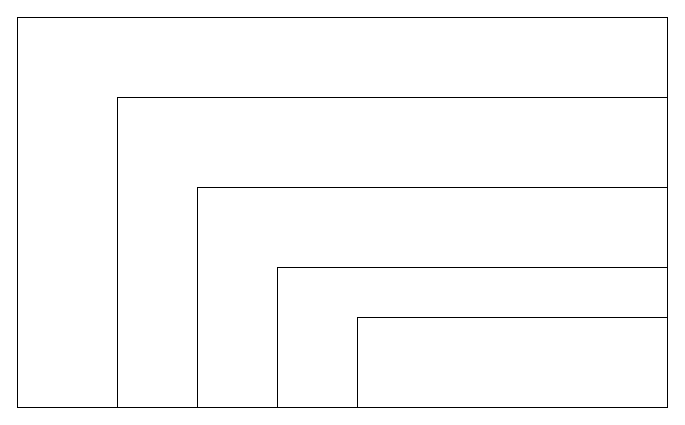
The draw.io diagram 简易版网络数据包格式.drawio in ChengziMao/diagrams, before the edit. Source tidied: cells renumbered, new cells numbered last; positions are measured from the earlier drawing's top-left corner, leaving out a move shared by most shapes. Both pictures are drawn from the tidied source at 100%, with x=0, y=0 at pixel (17, 17).
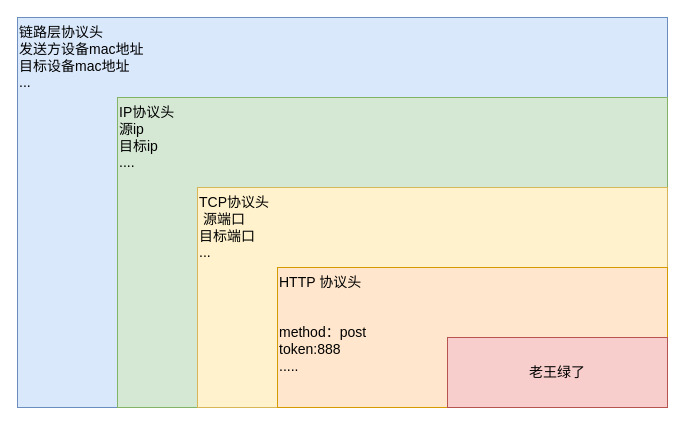
Above is the later version.

Commit message (it also covers changes not shown here):
更新简易版网络数据包格式.drawio

Change to the diagram source:
```diff
@@
 <mxGraphModel>
   <root>
     <mxCell id="0" />
     <mxCell id="1" parent="0" />
-    <mxCell id="2" style="rounded=0;whiteSpace=wrap;html=1;" parent="1" vertex="1">
+    <mxCell id="2" value="&lt;font style=&quot;vertical-align: inherit;&quot; class=&quot;notranslate fyzs-translate-target fyzs-translate-target-wrapper&quot;&gt;&lt;font style=&quot;vertical-align: inherit;&quot; class=&quot;notranslate fyzs-translate-target fyzs-translate-target-box&quot;&gt;&lt;font style=&quot;vertical-align: inherit;&quot; title=&quot;l&quot; class=&quot;notranslate fyzs-translate-target fyzs-translate-target-text&quot;&gt;链路层协议头&lt;/font&gt;&lt;/font&gt;&lt;/font&gt;&lt;div&gt;&lt;font style=&quot;vertical-align: inherit;&quot; class=&quot;notranslate fyzs-translate-target fyzs-translate-target-wrapper&quot;&gt;&lt;font style=&quot;vertical-align: inherit;&quot; class=&quot;notranslate fyzs-translate-target fyzs-translate-target-box&quot;&gt;&lt;font style=&quot;vertical-align: inherit;&quot; title=&quot;l&quot; class=&quot;notranslate fyzs-translate-target fyzs-translate-target-text&quot;&gt;发送方设备mac地址&lt;/font&gt;&lt;/font&gt;&lt;/font&gt;&lt;/div&gt;&lt;div&gt;&lt;font style=&quot;vertical-align: inherit;&quot; class=&quot;notranslate fyzs-translate-target fyzs-translate-target-wrapper&quot;&gt;&lt;font style=&quot;vertical-align: inherit;&quot; class=&quot;notranslate fyzs-translate-target fyzs-translate-target-box&quot;&gt;&lt;font style=&quot;vertical-align: inherit;&quot; title=&quot;l&quot; class=&quot;notranslate fyzs-translate-target fyzs-translate-target-text&quot;&gt;目标设备mac地址&lt;/font&gt;&lt;/font&gt;&lt;/font&gt;&lt;/div&gt;&lt;div&gt;&lt;font style=&quot;vertical-align: inherit;&quot; class=&quot;notranslate fyzs-translate-target fyzs-translate-target-wrapper&quot;&gt;&lt;font style=&quot;vertical-align: inherit;&quot; class=&quot;notranslate fyzs-translate-target fyzs-translate-target-box&quot;&gt;&lt;font style=&quot;vertical-align: inherit;&quot; title=&quot;l&quot; class=&quot;notranslate fyzs-translate-target fyzs-translate-target-text&quot;&gt;...&lt;/font&gt;&lt;/font&gt;&lt;/font&gt;&lt;/div&gt;" style="rounded=0;whiteSpace=wrap;html=1;align=left;verticalAlign=top;fillColor=#dae8fc;strokeColor=#6c8ebf;fontSize=14;" parent="1" vertex="1">
       <mxGeometry width="650" height="390" as="geometry" />
     </mxCell>
-    <mxCell id="3" style="rounded=0;whiteSpace=wrap;html=1;" parent="1" vertex="1">
+    <mxCell id="3" value="&lt;font style=&quot;vertical-align: inherit;&quot; class=&quot;notranslate fyzs-translate-target fyzs-translate-target-wrapper&quot;&gt;&lt;font style=&quot;vertical-align: inherit;&quot; class=&quot;notranslate fyzs-translate-target fyzs-translate-target-box&quot;&gt;&lt;font style=&quot;vertical-align: inherit;&quot; title=&quot;I&quot; class=&quot;notranslate fyzs-translate-target fyzs-translate-target-text&quot;&gt;IP协议头&lt;/font&gt;&lt;/font&gt;&lt;/font&gt;&lt;div&gt;&lt;font style=&quot;vertical-align: inherit;&quot; class=&quot;notranslate fyzs-translate-target fyzs-translate-target-wrapper&quot;&gt;&lt;font style=&quot;vertical-align: inherit;&quot; class=&quot;notranslate fyzs-translate-target fyzs-translate-target-box&quot;&gt;&lt;font style=&quot;vertical-align: inherit;&quot; title=&quot;I&quot; class=&quot;notranslate fyzs-translate-target fyzs-translate-target-text&quot;&gt;源ip&lt;/font&gt;&lt;/font&gt;&lt;/font&gt;&lt;/div&gt;&lt;div&gt;&lt;font style=&quot;vertical-align: inherit;&quot; class=&quot;notranslate fyzs-translate-target fyzs-translate-target-wrapper&quot;&gt;&lt;font style=&quot;vertical-align: inherit;&quot; class=&quot;notranslate fyzs-translate-target fyzs-translate-target-box&quot;&gt;&lt;font style=&quot;vertical-align: inherit;&quot; title=&quot;m&quot; class=&quot;notranslate fyzs-translate-target fyzs-translate-target-text&quot;&gt;目标ip&lt;/font&gt;&lt;/font&gt;&lt;/font&gt;&lt;/div&gt;&lt;div&gt;&lt;font style=&quot;vertical-align: inherit;&quot; class=&quot;notranslate fyzs-translate-target fyzs-translate-target-wrapper&quot;&gt;&lt;font style=&quot;vertical-align: inherit;&quot; class=&quot;notranslate fyzs-translate-target fyzs-translate-target-box&quot;&gt;&lt;font style=&quot;vertical-align: inherit;&quot; title=&quot;m&quot; class=&quot;notranslate fyzs-translate-target fyzs-translate-target-text&quot;&gt;....&lt;/font&gt;&lt;/font&gt;&lt;/font&gt;&lt;/div&gt;" style="rounded=0;whiteSpace=wrap;html=1;align=left;verticalAlign=top;fillColor=#d5e8d4;strokeColor=#82b366;fontSize=14;" parent="1" vertex="1">
       <mxGeometry x="100" y="80" width="550" height="310" as="geometry" />
     </mxCell>
-    <mxCell id="4" style="rounded=0;whiteSpace=wrap;html=1;" parent="1" vertex="1">
+    <mxCell id="4" value="&lt;font style=&quot;vertical-align: inherit;&quot; class=&quot;notranslate fyzs-translate-target fyzs-translate-target-wrapper&quot;&gt;&lt;font style=&quot;vertical-align: inherit;&quot; class=&quot;notranslate fyzs-translate-target fyzs-translate-target-box&quot;&gt;&lt;font style=&quot;vertical-align: inherit;&quot; title=&quot;T&quot; class=&quot;notranslate fyzs-translate-target fyzs-translate-target-text&quot;&gt;TCP协议头&lt;/font&gt;&lt;/font&gt;&lt;/font&gt;&lt;div&gt;&lt;font style=&quot;vertical-align: inherit;&quot; class=&quot;notranslate fyzs-translate-target fyzs-translate-target-wrapper&quot;&gt;&lt;font style=&quot;vertical-align: inherit;&quot; class=&quot;notranslate fyzs-translate-target fyzs-translate-target-box&quot;&gt;&lt;font style=&quot;vertical-align: inherit;&quot; title=&quot;T&quot; class=&quot;notranslate fyzs-translate-target fyzs-translate-target-text&quot;&gt;&amp;nbsp;源端口&lt;/font&gt;&lt;/font&gt;&lt;/font&gt;&lt;/div&gt;&lt;div&gt;&lt;font style=&quot;vertical-align: inherit;&quot; class=&quot;notranslate fyzs-translate-target fyzs-translate-target-wrapper&quot;&gt;&lt;font style=&quot;vertical-align: inherit;&quot; class=&quot;notranslate fyzs-translate-target fyzs-translate-target-box&quot;&gt;&lt;font style=&quot;vertical-align: inherit;&quot; title=&quot;T&quot; class=&quot;notranslate fyzs-translate-target fyzs-translate-target-text&quot;&gt;目标端口&lt;/font&gt;&lt;/font&gt;&lt;/font&gt;&lt;/div&gt;&lt;div&gt;&lt;font style=&quot;vertical-align: inherit;&quot; class=&quot;notranslate fyzs-translate-target fyzs-translate-target-wrapper&quot;&gt;&lt;font style=&quot;vertical-align: inherit;&quot; class=&quot;notranslate fyzs-translate-target fyzs-translate-target-box&quot;&gt;&lt;font style=&quot;vertical-align: inherit;&quot; title=&quot;.&quot; class=&quot;notranslate fyzs-translate-target fyzs-translate-target-text&quot;&gt;...&lt;/font&gt;&lt;/font&gt;&lt;/font&gt;&lt;/div&gt;" style="rounded=0;whiteSpace=wrap;html=1;align=left;verticalAlign=top;fillColor=#fff2cc;strokeColor=#d6b656;fontSize=14;" parent="1" vertex="1">
       <mxGeometry x="180" y="170" width="470" height="220" as="geometry" />
     </mxCell>
-    <mxCell id="5" style="rounded=0;whiteSpace=wrap;html=1;" parent="1" vertex="1">
+    <mxCell id="5" value="&lt;font style=&quot;vertical-align: inherit;&quot; class=&quot;notranslate fyzs-translate-target fyzs-translate-target-wrapper&quot;&gt;&lt;font style=&quot;vertical-align: inherit;&quot; class=&quot;notranslate fyzs-translate-target fyzs-translate-target-box&quot;&gt;&lt;font style=&quot;vertical-align: inherit;&quot; title=&quot;H&quot; class=&quot;notranslate fyzs-translate-target fyzs-translate-target-text&quot;&gt;HTTP 协议头&lt;/font&gt;&lt;/font&gt;&lt;/font&gt;&lt;div&gt;&lt;font style=&quot;vertical-align: inherit;&quot; class=&quot;notranslate fyzs-translate-target fyzs-translate-target-wrapper&quot;&gt;&lt;font style=&quot;vertical-align: inherit;&quot; class=&quot;notranslate fyzs-translate-target fyzs-translate-target-box&quot;&gt;&lt;font style=&quot;vertical-align: inherit;&quot; title=&quot;H&quot; class=&quot;notranslate fyzs-translate-target fyzs-translate-target-text&quot;&gt;&lt;br&gt;&lt;/font&gt;&lt;/font&gt;&lt;/font&gt;&lt;/div&gt;&lt;div&gt;&lt;font style=&quot;vertical-align: inherit;&quot; class=&quot;notranslate fyzs-translate-target fyzs-translate-target-wrapper&quot;&gt;&lt;font style=&quot;vertical-align: inherit;&quot; class=&quot;notranslate fyzs-translate-target fyzs-translate-target-box&quot;&gt;&lt;font style=&quot;vertical-align: inherit;&quot; title=&quot;H&quot; class=&quot;notranslate fyzs-translate-target fyzs-translate-target-text&quot;&gt;&lt;br&gt;&lt;/font&gt;&lt;/font&gt;&lt;/font&gt;&lt;/div&gt;&lt;div&gt;&lt;font style=&quot;vertical-align: inherit;&quot; class=&quot;notranslate fyzs-translate-target fyzs-translate-target-wrapper&quot;&gt;&lt;font style=&quot;vertical-align: inherit;&quot; class=&quot;notranslate fyzs-translate-target fyzs-translate-target-box&quot;&gt;&lt;font style=&quot;vertical-align: inherit;&quot; title=&quot;m&quot; class=&quot;notranslate fyzs-translate-target fyzs-translate-target-text&quot;&gt;method：post&lt;/font&gt;&lt;/font&gt;&lt;/font&gt;&lt;/div&gt;&lt;div&gt;&lt;font style=&quot;vertical-align: inherit;&quot; class=&quot;notranslate fyzs-translate-target fyzs-translate-target-wrapper&quot;&gt;&lt;font style=&quot;vertical-align: inherit;&quot; class=&quot;notranslate fyzs-translate-target fyzs-translate-target-box&quot;&gt;&lt;font style=&quot;vertical-align: inherit;&quot; title=&quot;m&quot; class=&quot;notranslate fyzs-translate-target fyzs-translate-target-text&quot;&gt;token:888&lt;/font&gt;&lt;/font&gt;&lt;/font&gt;&lt;/div&gt;&lt;div&gt;&lt;font style=&quot;vertical-align: inherit;&quot; class=&quot;notranslate fyzs-translate-target fyzs-translate-target-wrapper&quot;&gt;&lt;font style=&quot;vertical-align: inherit;&quot; class=&quot;notranslate fyzs-translate-target fyzs-translate-target-box&quot;&gt;&lt;font style=&quot;vertical-align: inherit;&quot; title=&quot;m&quot; class=&quot;notranslate fyzs-translate-target fyzs-translate-target-text&quot;&gt;.....&lt;/font&gt;&lt;/font&gt;&lt;/font&gt;&lt;/div&gt;" style="rounded=0;whiteSpace=wrap;html=1;align=left;verticalAlign=top;fillColor=#ffe6cc;strokeColor=#d79b00;fontSize=14;" parent="1" vertex="1">
       <mxGeometry x="260" y="250" width="390" height="140" as="geometry" />
     </mxCell>
-    <mxCell id="6" style="rounded=0;whiteSpace=wrap;html=1;" parent="1" vertex="1">
-      <mxGeometry x="340" y="300" width="310" height="90" as="geometry" />
+    <mxCell id="6" value="&lt;font style=&quot;vertical-align: inherit;&quot; class=&quot;notranslate fyzs-translate-target fyzs-translate-target-wrapper&quot;&gt;&lt;font style=&quot;vertical-align: inherit;&quot; class=&quot;notranslate fyzs-translate-target fyzs-translate-target-box&quot;&gt;&lt;font style=&quot;vertical-align: inherit;&quot; title=&quot;l&quot; class=&quot;notranslate fyzs-translate-target fyzs-translate-target-text&quot;&gt;老王绿了&lt;/font&gt;&lt;/font&gt;&lt;/font&gt;" style="rounded=0;whiteSpace=wrap;html=1;fillColor=#f8cecc;strokeColor=#b85450;fontSize=14;" parent="1" vertex="1">
+      <mxGeometry x="430" y="320" width="220" height="70" as="geometry" />
     </mxCell>
   </root>
 </mxGraphModel>
```
